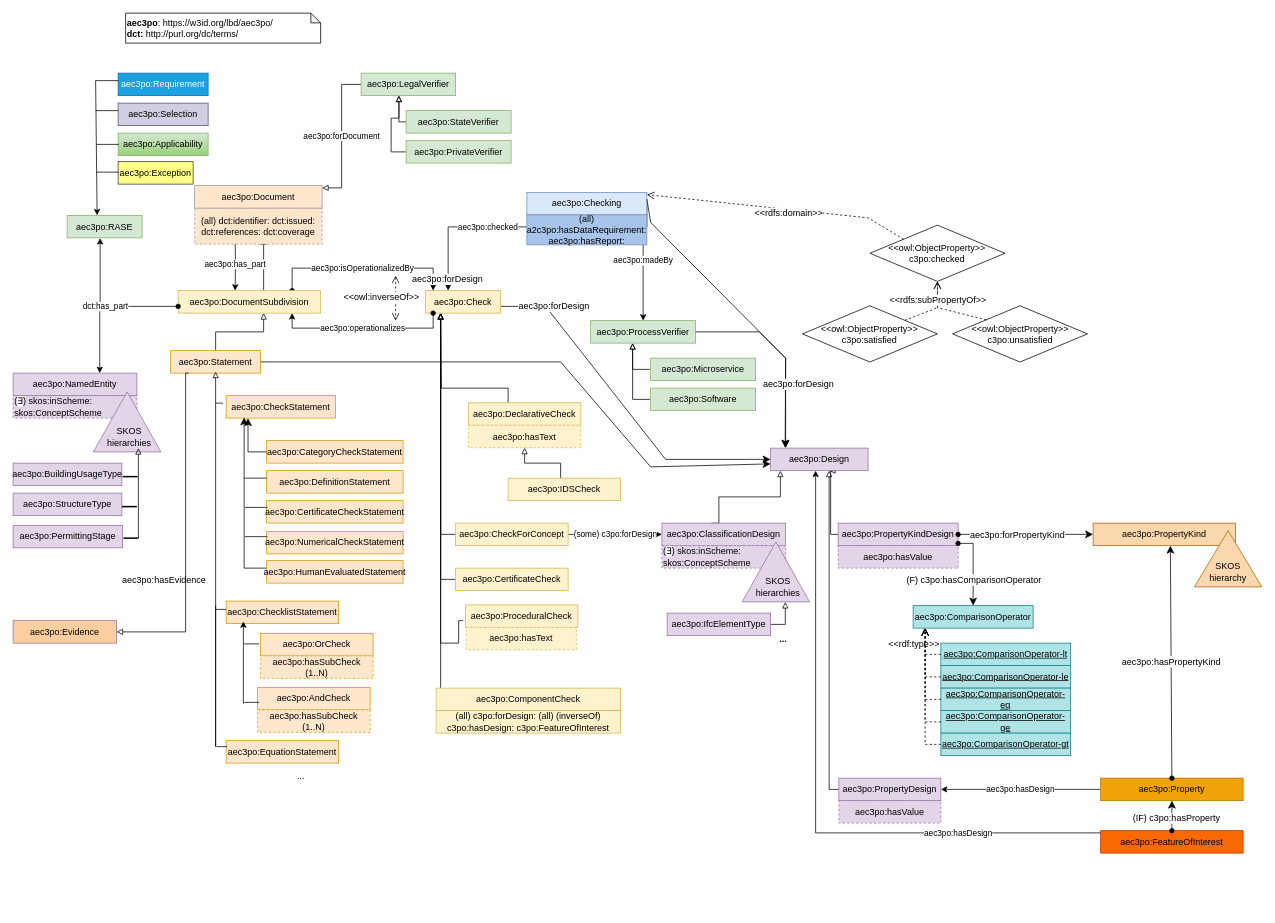
Above: page "aec3po" (1 of 9) of resources/aec3po.drawio in Accord-Project/aec3po (draw.io), before the change. Source tidied: cells renumbered, new cells numbered last; positions are measured from the earlier drawing's top-left corner, leaving out a move shared by most shapes. Both pictures are drawn from the tidied source at 75%, with x=0, y=0 at pixel (13, 13).
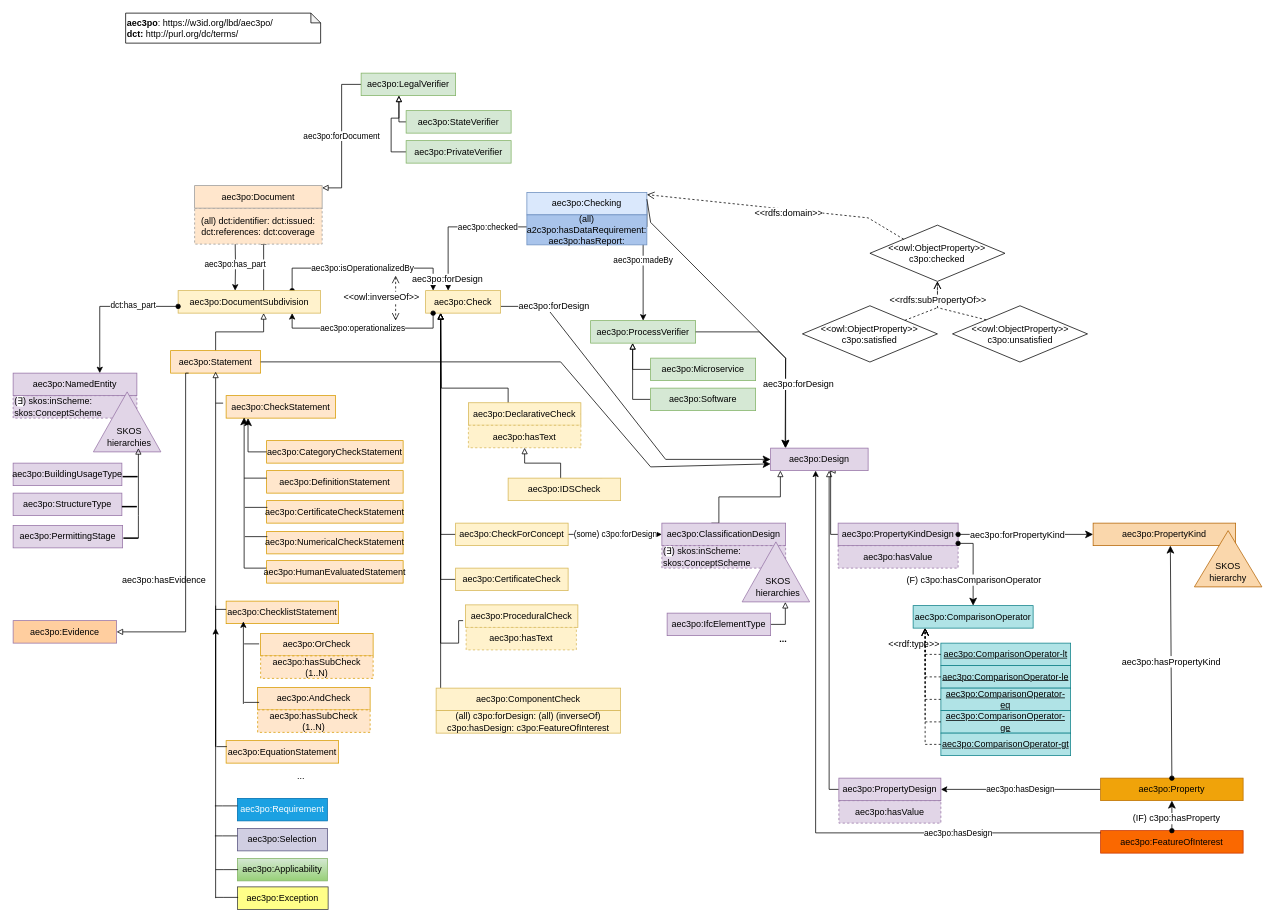
The same page after the edit.

The change refers to these unchanged cells:
```xml
<mxCell id="92" value="aec3po:DocumentSubdivision" style="rounded=0;whiteSpace=wrap;html=1;snapToPoint=1;points=[[0.1,0],[0.2,0],[0.3,0],[0.4,0],[0.5,0],[0.6,0],[0.7,0],[0.8,0],[0.9,0],[0,0.1],[0,0.3],[0,0.5],[0,0.7],[0,0.9],[0.1,1],[0.2,1],[0.3,1],[0.4,1],[0.5,1],[0.6,1],[0.7,1],[0.8,1],[0.9,1],[1,0.1],[1,0.3],[1,0.5],[1,0.7],[1,0.9]];fillColor=#fff2cc;strokeColor=#d6b656;" parent="1" vertex="1">
  <mxGeometry x="220" y="370" width="190" height="30" as="geometry" />
</mxCell>
<mxCell id="104" value="aec3po:NamedEntity" style="rounded=0;whiteSpace=wrap;html=1;snapToPoint=1;points=[[0.1,0],[0.2,0],[0.3,0],[0.4,0],[0.5,0],[0.6,0],[0.7,0],[0.8,0],[0.9,0],[0,0.1],[0,0.3],[0,0.5],[0,0.7],[0,0.9],[0.1,1],[0.2,1],[0.3,1],[0.4,1],[0.5,1],[0.6,1],[0.7,1],[0.8,1],[0.9,1],[1,0.1],[1,0.3],[1,0.5],[1,0.7],[1,0.9]];fillColor=#e1d5e7;strokeColor=#9673a6;" parent="1" vertex="1">
  <mxGeometry y="480" width="165" height="30" as="geometry" />
</mxCell>
```

What changed in the source:
```diff
@@
     <mxCell id="109" value="dct:has_part" style="edgeStyle=orthogonalEdgeStyle;rounded=0;jettySize=auto;html=1;startArrow=oval;startFill=1;exitX=0;exitY=0.7;exitDx=0;exitDy=0;entryX=0.7;entryY=0;entryDx=0;entryDy=0;" parent="1" edge="1" source="92" target="104">
-      <mxGeometry relative="1" as="geometry" />
+      <mxGeometry x="-0.38" y="-1" relative="1" as="geometry" />
     </mxCell>
@@
-    <mxCell id="120" value="aec3po:RASE" style="rounded=0;whiteSpace=wrap;html=1;snapToPoint=1;points=[[0.1,0],[0.2,0],[0.3,0],[0.4,0],[0.5,0],[0.6,0],[0.7,0],[0.8,0],[0.9,0],[0,0.1],[0,0.3],[0,0.5],[0,0.7],[0,0.9],[0.1,1],[0.2,1],[0.3,1],[0.4,1],[0.5,1],[0.6,1],[0.7,1],[0.8,1],[0.9,1],[1,0.1],[1,0.3],[1,0.5],[1,0.7],[1,0.9]];fillColor=#d5e8d4;strokeColor=#82b366;" parent="1" vertex="1">
-      <mxGeometry x="72" y="269.7" width="100" height="30" as="geometry" />
-    </mxCell>
     <mxCell id="121" value="aec3po:Requirement" style="rounded=0;whiteSpace=wrap;html=1;fillColor=#1ba1e2;strokeColor=#006EAF;fontColor=#ffffff;" parent="1" vertex="1">
-      <mxGeometry x="140" y="80" width="120" height="30" as="geometry" />
+      <mxGeometry x="299" y="1047" width="120" height="30" as="geometry" />
     </mxCell>
     <mxCell id="122" value="aec3po:Selection" style="rounded=0;whiteSpace=wrap;html=1;fillColor=#d0cee2;strokeColor=#56517e;" parent="1" vertex="1">
-      <mxGeometry x="140" y="120" width="120" height="30" as="geometry" />
+      <mxGeometry x="299" y="1087" width="120" height="30" as="geometry" />
     </mxCell>
     <mxCell id="123" value="aec3po:Applicability" style="rounded=0;whiteSpace=wrap;html=1;fillColor=#d5e8d4;strokeColor=#82b366;gradientColor=#97d077;" parent="1" vertex="1">
-      <mxGeometry x="140" y="160" width="120" height="30" as="geometry" />
+      <mxGeometry x="299" y="1127" width="120" height="30" as="geometry" />
     </mxCell>
     <mxCell id="124" value="aec3po:Exception" style="rounded=0;whiteSpace=wrap;html=1;fillColor=#ffff88;strokeColor=#36393d;" parent="1" vertex="1">
-      <mxGeometry x="140" y="198" width="100" height="30" as="geometry" />
+      <mxGeometry x="299" y="1165" width="121" height="30" as="geometry" />
     </mxCell>
-    <mxCell id="125" style="endArrow=classic;html=1;rounded=0;entryX=0.4;entryY=0;entryDx=0;entryDy=0;" parent="1" edge="1" target="120">
-      <mxGeometry relative="1" as="geometry">
-        <mxPoint x="110" y="90" as="sourcePoint" />
-      </mxGeometry>
-    </mxCell>
     <mxCell id="126" style="endArrow=none;html=1;rounded=0;" parent="1" edge="1">
       <mxGeometry relative="1" as="geometry">
-        <mxPoint x="110" y="130" as="sourcePoint" />
-        <mxPoint x="140" y="130" as="targetPoint" />
+        <mxPoint x="269" y="1097" as="sourcePoint" />
+        <mxPoint x="299" y="1097" as="targetPoint" />
         <Array as="points">
-          <mxPoint x="120" y="130" />
+          <mxPoint x="279" y="1097" />
         </Array>
       </mxGeometry>
     </mxCell>
-    <mxCell id="127" style="endArrow=classic;html=1;rounded=0;" parent="1" edge="1">
-      <mxGeometry relative="1" as="geometry">
-        <mxPoint x="116" y="385" as="sourcePoint" />
-        <mxPoint x="116" y="300" as="targetPoint" />
-      </mxGeometry>
-    </mxCell>
     <mxCell id="128" style="endArrow=none;html=1;rounded=0;" parent="1" edge="1">
       <mxGeometry relative="1" as="geometry">
-        <mxPoint x="110" y="90" as="sourcePoint" />
-        <mxPoint x="140" y="90" as="targetPoint" />
+        <mxPoint x="269" y="1057" as="sourcePoint" />
+        <mxPoint x="299" y="1057" as="targetPoint" />
         <Array as="points">
-          <mxPoint x="120" y="90" />
+          <mxPoint x="279" y="1057" />
         </Array>
       </mxGeometry>
     </mxCell>
     <mxCell id="129" style="endArrow=none;html=1;rounded=0;" parent="1" edge="1">
       <mxGeometry relative="1" as="geometry">
-        <mxPoint x="111" y="175" as="sourcePoint" />
-        <mxPoint x="141" y="175" as="targetPoint" />
+        <mxPoint x="270" y="1142" as="sourcePoint" />
+        <mxPoint x="300" y="1142" as="targetPoint" />
         <Array as="points">
-          <mxPoint x="121" y="175" />
+          <mxPoint x="280" y="1142" />
         </Array>
       </mxGeometry>
     </mxCell>
     <mxCell id="130" style="endArrow=none;html=1;rounded=0;" parent="1" edge="1">
       <mxGeometry relative="1" as="geometry">
-        <mxPoint x="111" y="212" as="sourcePoint" />
-        <mxPoint x="141" y="212" as="targetPoint" />
+        <mxPoint x="270" y="1179" as="sourcePoint" />
+        <mxPoint x="300" y="1179" as="targetPoint" />
         <Array as="points">
-          <mxPoint x="121" y="212" />
+          <mxPoint x="280" y="1179" />
         </Array>
       </mxGeometry>
     </mxCell>
@@
+    <mxCell id="153" style="endArrow=classic;html=1;rounded=0;" parent="1" edge="1">
+      <mxGeometry relative="1" as="geometry">
+        <mxPoint x="270" y="1180" as="sourcePoint" />
+        <mxPoint x="270" y="820" as="targetPoint" />
+      </mxGeometry>
+    </mxCell>
```
